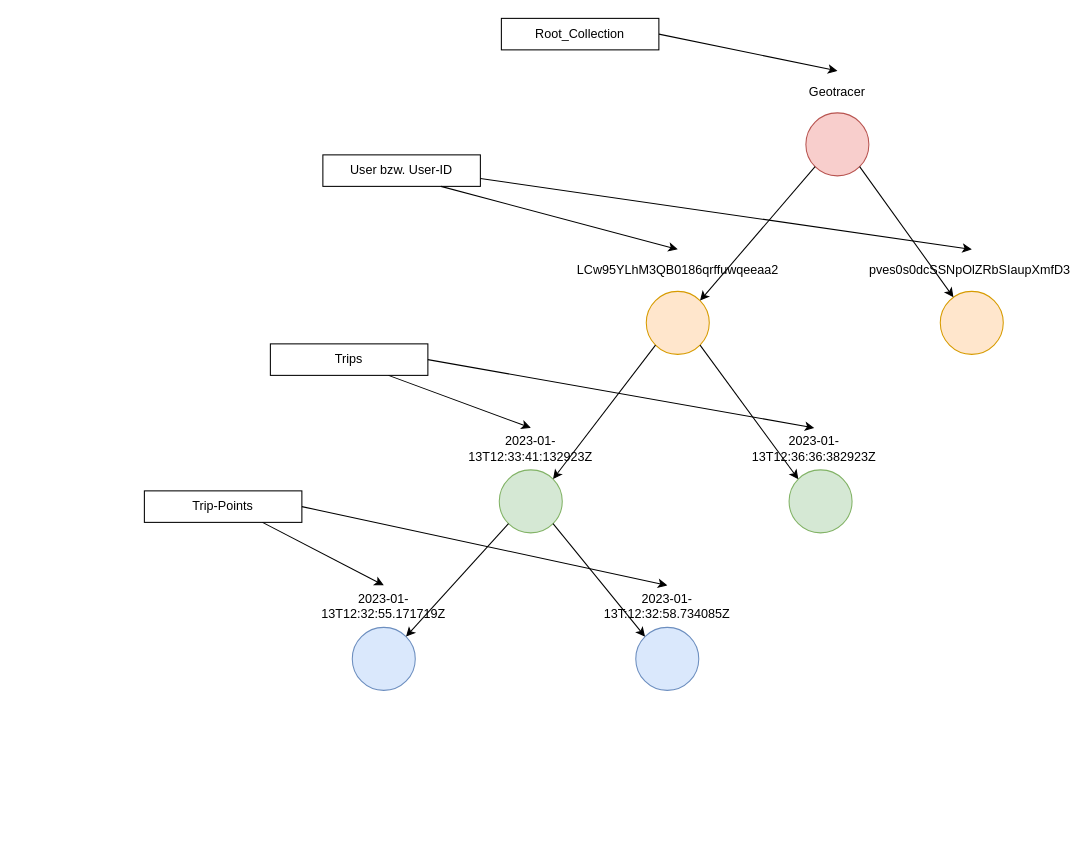
Above: page "Datenmodell" (1 of 2) of datenmodell_mobilesystems.drawio in STK-Students/GeoTracer (draw.io), before the change. Source tidied: cells renumbered, new cells numbered last; positions are measured from the earlier drawing's top-left corner, leaving out a move shared by most shapes. Both pictures are drawn from the tidied source at 105%, with x=0, y=0 at pixel (144, 18).
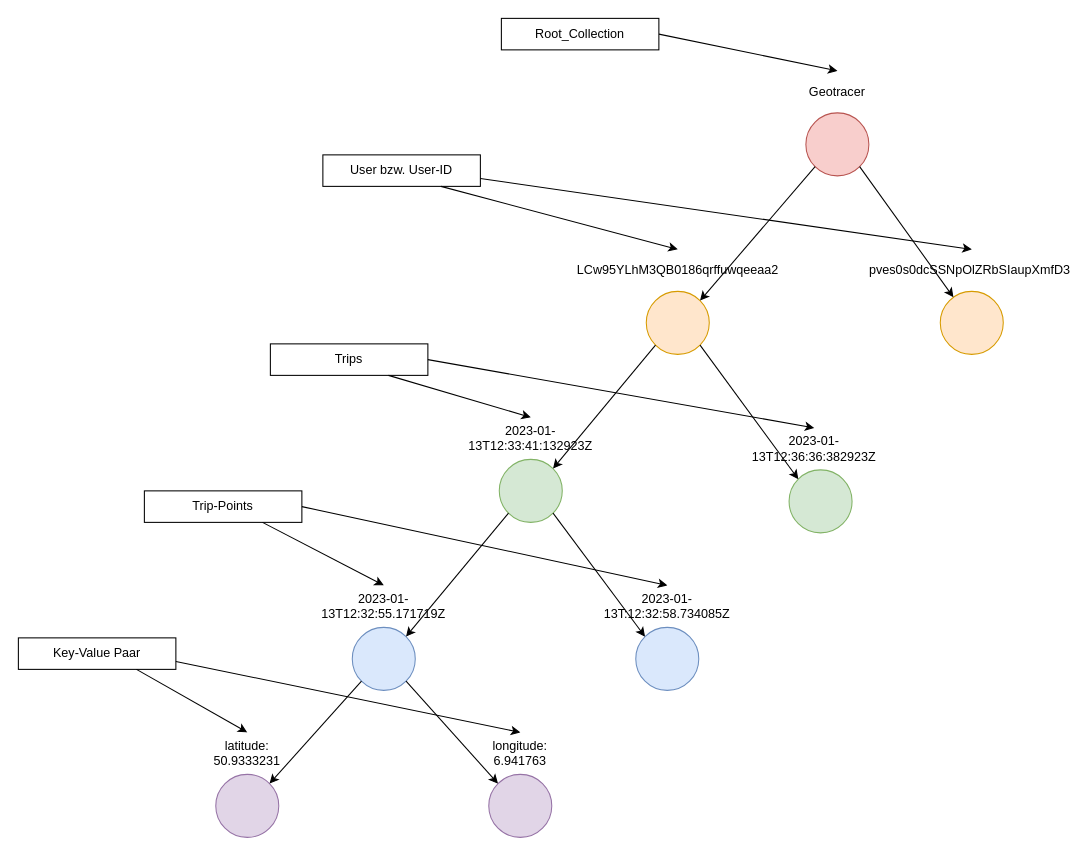
The same page after the edit.

Commit message:
Update data model

Unchanged cells that the change refers to:
```xml
<mxCell id="36" style="ellipse;whiteSpace=wrap;html=1;fillColor=#dae8fc;strokeColor=#6c8ebf;" parent="35" vertex="1">
  <mxGeometry x="18" y="40" width="60" height="60" as="geometry" />
</mxCell>
```

What changed in the source:
```diff
@@
     <mxCell id="22" style="group;" parent="1" vertex="1">
-      <mxGeometry x="320" y="390" width="96" height="100" as="geometry" />
+      <mxGeometry x="320" y="380" width="96" height="100" as="geometry" />
     </mxCell>
@@
+    <mxCell id="48" style="group;" parent="1" vertex="1">
+      <mxGeometry x="50" y="680" width="96" height="100" as="geometry" />
+    </mxCell>
+    <mxCell id="49" style="ellipse;whiteSpace=wrap;html=1;fillColor=#e1d5e7;strokeColor=#9673a6;" parent="48" vertex="1">
+      <mxGeometry x="18" y="40" width="60" height="60" as="geometry" />
+    </mxCell>
+    <mxCell id="50" value="latitude: 50.9333231" style="text;html=1;strokeColor=none;fillColor=none;align=center;verticalAlign=middle;whiteSpace=wrap;rounded=0;" parent="48" vertex="1">
+      <mxGeometry width="96" height="40" as="geometry" />
+    </mxCell>
+    <mxCell id="51" style="group;" parent="1" vertex="1">
+      <mxGeometry x="310" y="680" width="96" height="100" as="geometry" />
+    </mxCell>
+    <mxCell id="52" style="ellipse;whiteSpace=wrap;html=1;fillColor=#e1d5e7;strokeColor=#9673a6;" parent="51" vertex="1">
+      <mxGeometry x="18" y="40" width="60" height="60" as="geometry" />
+    </mxCell>
+    <mxCell id="53" value="longitude:&lt;br&gt;6.941763" style="text;html=1;strokeColor=none;fillColor=none;align=center;verticalAlign=middle;whiteSpace=wrap;rounded=0;" parent="51" vertex="1">
+      <mxGeometry width="96" height="40" as="geometry" />
+    </mxCell>
+    <mxCell id="54" style="rounded=0;jettySize=auto;html=1;exitX=0;exitY=1;exitDx=0;exitDy=0;entryX=1;entryY=0;entryDx=0;entryDy=0;" parent="1" edge="1" source="36" target="49">
+      <mxGeometry relative="1" as="geometry" />
+    </mxCell>
+    <mxCell id="55" style="edgeStyle=none;rounded=0;jettySize=auto;html=1;exitX=1;exitY=1;exitDx=0;exitDy=0;entryX=0;entryY=0;entryDx=0;entryDy=0;" parent="1" edge="1" source="36" target="52">
+      <mxGeometry relative="1" as="geometry" />
+    </mxCell>
+    <mxCell id="56" style="group;" parent="1" vertex="1">
+      <mxGeometry x="-120" y="590" width="150" height="30" as="geometry" />
+    </mxCell>
+    <mxCell id="57" style="rounded=0;whiteSpace=wrap;html=1;" parent="56" vertex="1">
+      <mxGeometry width="150" height="30" as="geometry" />
+    </mxCell>
+    <mxCell id="58" value="Key-Value Paar" style="text;html=1;strokeColor=none;fillColor=none;align=center;verticalAlign=middle;whiteSpace=wrap;rounded=0;" parent="56" vertex="1">
+      <mxGeometry width="150" height="30" as="geometry" />
+    </mxCell>
+    <mxCell id="59" style="edgeStyle=none;rounded=0;jettySize=auto;html=1;exitX=0.75;exitY=1;exitDx=0;exitDy=0;entryX=0.5;entryY=0;entryDx=0;entryDy=0;" parent="1" edge="1" source="58" target="50">
+      <mxGeometry relative="1" as="geometry" />
+    </mxCell>
+    <mxCell id="60" style="edgeStyle=none;rounded=0;jettySize=auto;html=1;exitX=1;exitY=0.75;exitDx=0;exitDy=0;entryX=0.5;entryY=0;entryDx=0;entryDy=0;" parent="1" edge="1" source="58" target="53">
+      <mxGeometry relative="1" as="geometry" />
+    </mxCell>
```
